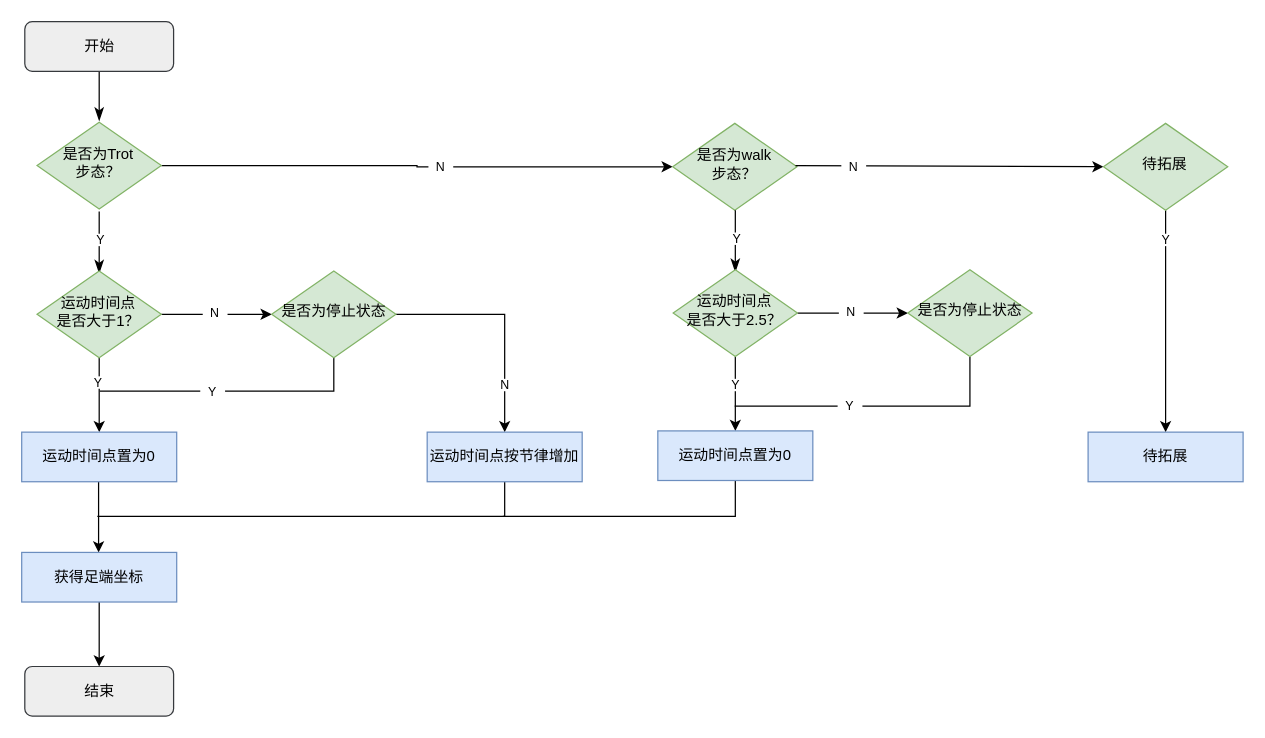
This is 步态切换器.drawio from KAZAMA-DREAM/picture, a draw.io file, before an edit. Source tidied: cells renumbered, new cells numbered last; positions are measured from the earlier drawing's top-left corner, leaving out a move shared by most shapes. Both pictures are drawn from the tidied source at 124%, with x=0, y=0 at pixel (21, 21).
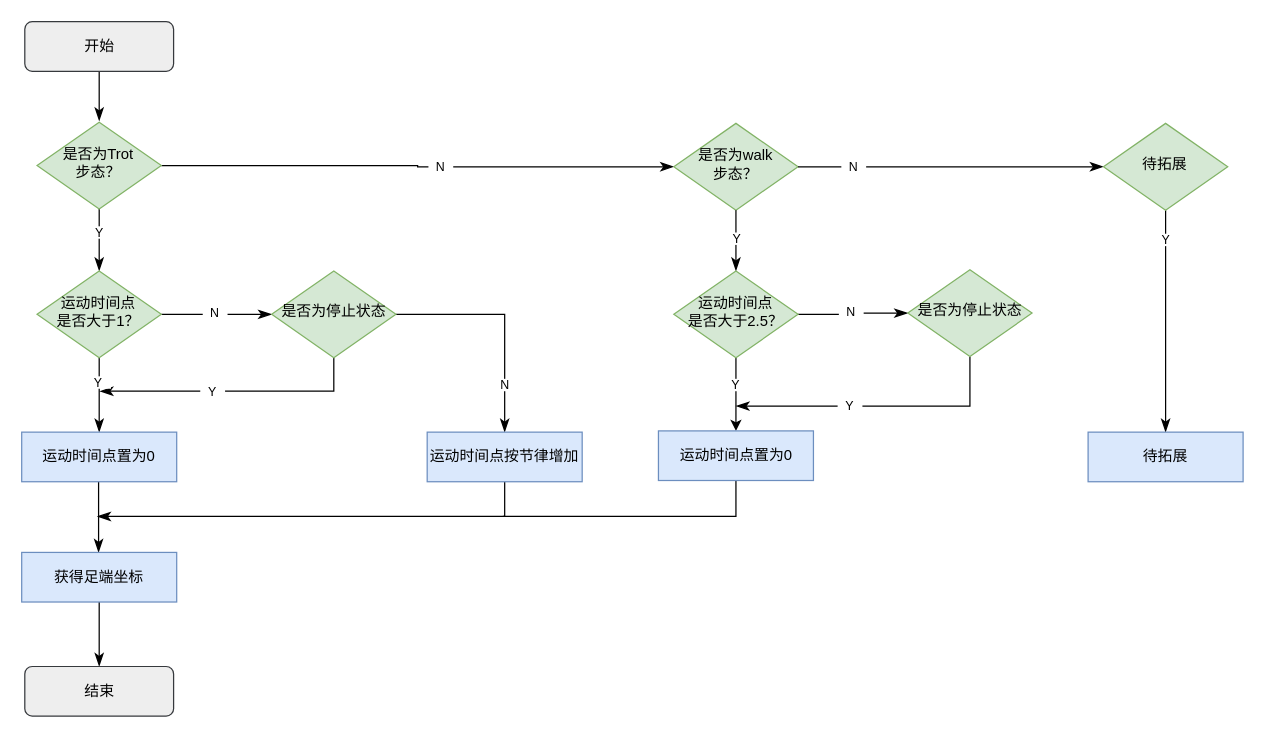
After the change.

Commit message:
更新步态切换器.drawio

Unchanged cells that the change refers to:
```xml
<mxCell id="6" value="&lt;font style=&quot;font-size: 12px;&quot;&gt;是否为Trot&lt;br&gt;步态？&lt;/font&gt;" style="rhombus;whiteSpace=wrap;html=1;shadow=0;fontFamily=Helvetica;fontSize=12;align=center;strokeWidth=1;spacing=6;spacingTop=-4;fillColor=#d5e8d4;strokeColor=#82b366;" parent="1" vertex="1">
  <mxGeometry x="12.4" y="81" width="100.2" height="70" as="geometry" />
</mxCell>
<mxCell id="13" value="待拓展" style="rhombus;whiteSpace=wrap;html=1;shadow=0;fontFamily=Helvetica;fontSize=12;align=center;strokeWidth=1;spacing=6;spacingTop=-4;fillColor=#d5e8d4;strokeColor=#82b366;" parent="1" vertex="1">
  <mxGeometry x="872.4" y="82" width="100.2" height="70" as="geometry" />
</mxCell>
<mxCell id="14" value="待拓展" style="rounded=0;whiteSpace=wrap;html=1;fillColor=#dae8fc;strokeColor=#6c8ebf;" parent="1" vertex="1">
  <mxGeometry x="860" y="331" width="125" height="40" as="geometry" />
</mxCell>
<mxCell id="17" value="&lt;font style=&quot;font-size: 12px;&quot;&gt;运动时间点&lt;br&gt;是否大于1？&lt;/font&gt;" style="rhombus;whiteSpace=wrap;html=1;shadow=0;fontFamily=Helvetica;fontSize=12;align=center;strokeWidth=1;spacing=6;spacingTop=-4;fillColor=#d5e8d4;strokeColor=#82b366;" parent="1" vertex="1">
  <mxGeometry x="12.4" y="201" width="100.2" height="70" as="geometry" />
</mxCell>
<mxCell id="19" value="运动时间点置为0" style="rounded=0;whiteSpace=wrap;html=1;fillColor=#dae8fc;strokeColor=#6c8ebf;" parent="1" vertex="1">
  <mxGeometry y="331" width="125" height="40" as="geometry" />
</mxCell>
<mxCell id="22" value="是否为停止状态" style="rhombus;whiteSpace=wrap;html=1;shadow=0;fontFamily=Helvetica;fontSize=12;align=center;strokeWidth=1;spacing=6;spacingTop=-4;fillColor=#d5e8d4;strokeColor=#82b366;" parent="1" vertex="1">
  <mxGeometry x="201.6" y="201" width="100.2" height="70" as="geometry" />
</mxCell>
<mxCell id="27" value="运动时间点按节律增加" style="rounded=0;whiteSpace=wrap;html=1;fillColor=#dae8fc;strokeColor=#6c8ebf;" parent="1" vertex="1">
  <mxGeometry x="327" y="331" width="125" height="40" as="geometry" />
</mxCell>
<mxCell id="29" value="获得足端坐标" style="rounded=0;whiteSpace=wrap;html=1;fillColor=#dae8fc;strokeColor=#6c8ebf;" parent="1" vertex="1">
  <mxGeometry y="428" width="125" height="40" as="geometry" />
</mxCell>
<mxCell id="30" value="结束" style="rounded=1;whiteSpace=wrap;html=1;fontSize=12;glass=0;strokeWidth=1;shadow=0;fillColor=#eeeeee;strokeColor=#36393d;" parent="1" vertex="1">
  <mxGeometry x="2.5" y="520" width="120" height="40" as="geometry" />
</mxCell>
<mxCell id="41" value="是否为停止状态" style="rhombus;whiteSpace=wrap;html=1;shadow=0;fontFamily=Helvetica;fontSize=12;align=center;strokeWidth=1;spacing=6;spacingTop=-4;fillColor=#d5e8d4;strokeColor=#82b366;" parent="1" vertex="1">
  <mxGeometry x="714.6" y="200" width="100.2" height="70" as="geometry" />
</mxCell>
```

What changed in the source:
```diff
@@
-    <mxCell id="4" style="rounded=0;html=1;jettySize=auto;orthogonalLoop=1;fontSize=11;endArrow=classicThin;endFill=1;endSize=8;strokeWidth=1;shadow=0;labelBackgroundColor=none;edgeStyle=orthogonalEdgeStyle;exitX=0.5;exitY=1;exitDx=0;exitDy=0;" parent="1" edge="1">
-      <mxGeometry relative="1" as="geometry">
-        <mxPoint x="62.5" y="153" as="sourcePoint" />
-        <mxPoint x="62.5" y="203" as="targetPoint" />
-      </mxGeometry>
+    <mxCell id="4" style="rounded=0;html=1;jettySize=auto;fontSize=11;endArrow=classicThin;endFill=1;endSize=8;strokeWidth=1;shadow=0;labelBackgroundColor=none;edgeStyle=orthogonalEdgeStyle;exitX=0.5;exitY=1;exitDx=0;exitDy=0;entryX=0.5;entryY=0;entryDx=0;entryDy=0;" parent="1" edge="1" source="6" target="17">
+      <mxGeometry relative="1" as="geometry" />
     </mxCell>
-    <mxCell id="5" style="edgeStyle=orthogonalEdgeStyle;rounded=0;jettySize=auto;html=1;entryX=0;entryY=0.5;entryDx=0;entryDy=0;" parent="1" edge="1" source="6" target="9">
+    <mxCell id="5" style="edgeStyle=orthogonalEdgeStyle;rounded=0;jettySize=auto;html=1;entryX=0;entryY=0.5;entryDx=0;entryDy=0;endArrow=classicThin;endFill=1;endSize=8;" parent="1" edge="1" source="6" target="9">
       <mxGeometry relative="1" as="geometry" />
     </mxCell>
@@
     <mxCell id="8" value="&lt;font style=&quot;font-size: 10px;&quot;&gt;Y&lt;/font&gt;" style="text;html=1;strokeColor=none;fillColor=default;align=center;verticalAlign=middle;whiteSpace=wrap;rounded=0;" parent="1" vertex="1">
-      <mxGeometry x="54" y="171" width="20" height="10" as="geometry" />
+      <mxGeometry x="53" y="165" width="20" height="10" as="geometry" />
     </mxCell>
     <mxCell id="9" value="&lt;font style=&quot;font-size: 12px;&quot;&gt;是否为walk&lt;br&gt;步态？&lt;/font&gt;" style="rhombus;whiteSpace=wrap;html=1;shadow=0;fontFamily=Helvetica;fontSize=12;align=center;strokeWidth=1;spacing=6;spacingTop=-4;fillColor=#d5e8d4;strokeColor=#82b366;" parent="1" vertex="1">
-      <mxGeometry x="525" y="82" width="100.2" height="70" as="geometry" />
+      <mxGeometry x="525.9" y="82" width="100.2" height="70" as="geometry" />
     </mxCell>
-    <mxCell id="10" style="edgeStyle=orthogonalEdgeStyle;rounded=0;jettySize=auto;html=1;entryX=0;entryY=0.5;entryDx=0;entryDy=0;" parent="1" edge="1" target="13">
-      <mxGeometry relative="1" as="geometry">
-        <mxPoint x="624" y="116" as="sourcePoint" />
-      </mxGeometry>
+    <mxCell id="10" style="edgeStyle=orthogonalEdgeStyle;rounded=0;jettySize=auto;html=1;entryX=0;entryY=0.5;entryDx=0;entryDy=0;exitX=1;exitY=0.5;exitDx=0;exitDy=0;endSize=8;endArrow=classicThin;endFill=1;" parent="1" edge="1" source="9" target="13">
+      <mxGeometry relative="1" as="geometry" />
     </mxCell>
@@
-    <mxCell id="12" style="edgeStyle=orthogonalEdgeStyle;rounded=0;jettySize=auto;html=1;" parent="1" edge="1" source="13" target="14">
+    <mxCell id="12" style="edgeStyle=orthogonalEdgeStyle;rounded=0;jettySize=auto;html=1;endSize=8;endArrow=classicThin;endFill=1;" parent="1" edge="1" source="13" target="14">
       <mxGeometry relative="1" as="geometry" />
     </mxCell>
@@
-    <mxCell id="15" style="edgeStyle=orthogonalEdgeStyle;rounded=0;jettySize=auto;html=1;" parent="1" edge="1" source="17" target="19">
+    <mxCell id="15" style="edgeStyle=orthogonalEdgeStyle;rounded=0;jettySize=auto;html=1;endArrow=classicThin;endFill=1;endSize=8;" parent="1" edge="1" source="17" target="19">
       <mxGeometry relative="1" as="geometry" />
     </mxCell>
-    <mxCell id="16" style="edgeStyle=orthogonalEdgeStyle;rounded=0;jettySize=auto;html=1;" parent="1" edge="1" source="17" target="22">
+    <mxCell id="16" style="edgeStyle=orthogonalEdgeStyle;rounded=0;jettySize=auto;html=1;endArrow=classicThin;endFill=1;endSize=8;" parent="1" edge="1" source="17" target="22">
       <mxGeometry relative="1" as="geometry" />
     </mxCell>
@@
-    <mxCell id="18" style="edgeStyle=orthogonalEdgeStyle;rounded=0;jettySize=auto;html=1;" parent="1" edge="1" source="19">
+    <mxCell id="18" style="edgeStyle=orthogonalEdgeStyle;rounded=0;jettySize=auto;html=1;endSize=8;endArrow=classicThin;endFill=1;" parent="1" edge="1" source="19">
       <mxGeometry relative="1" as="geometry">
         <mxPoint x="62" y="428" as="targetPoint" />
       </mxGeometry>
     </mxCell>
@@
-    <mxCell id="20" style="edgeStyle=orthogonalEdgeStyle;rounded=0;jettySize=auto;html=1;endArrow=none;endFill=0;" parent="1" edge="1" source="22">
+    <mxCell id="20" style="edgeStyle=orthogonalEdgeStyle;rounded=0;jettySize=auto;html=1;endArrow=classicThin;endFill=1;endSize=8;" parent="1" edge="1" source="22">
       <mxGeometry relative="1" as="geometry">
         <mxPoint x="63" y="298" as="targetPoint" />
         <Array as="points">
           <mxPoint x="252" y="298" />
           <mxPoint x="64" y="298" />
         </Array>
       </mxGeometry>
     </mxCell>
-    <mxCell id="21" style="edgeStyle=orthogonalEdgeStyle;rounded=0;jettySize=auto;html=1;entryX=0.5;entryY=0;entryDx=0;entryDy=0;" parent="1" edge="1" source="22" target="27">
+    <mxCell id="21" style="edgeStyle=orthogonalEdgeStyle;rounded=0;jettySize=auto;html=1;entryX=0.5;entryY=0;entryDx=0;entryDy=0;endSize=8;endArrow=classicThin;endFill=1;" parent="1" edge="1" source="22" target="27">
       <mxGeometry relative="1" as="geometry" />
     </mxCell>
@@
-    <mxCell id="26" style="edgeStyle=orthogonalEdgeStyle;rounded=0;jettySize=auto;html=1;exitX=0.5;exitY=1;exitDx=0;exitDy=0;endArrow=none;endFill=0;" parent="1" edge="1" source="27">
+    <mxCell id="26" style="edgeStyle=orthogonalEdgeStyle;rounded=0;jettySize=auto;html=1;exitX=0.5;exitY=1;exitDx=0;exitDy=0;endArrow=classicThin;endFill=1;endSize=8;" parent="1" edge="1" source="27">
       <mxGeometry relative="1" as="geometry">
         <mxPoint x="61" y="399" as="targetPoint" />
         <Array as="points">
           <mxPoint x="389" y="399" />
         </Array>
       </mxGeometry>
     </mxCell>
@@
-    <mxCell id="28" style="edgeStyle=orthogonalEdgeStyle;rounded=0;jettySize=auto;html=1;" parent="1" edge="1" source="29" target="30">
+    <mxCell id="28" style="edgeStyle=orthogonalEdgeStyle;rounded=0;jettySize=auto;html=1;endSize=8;endArrow=classicThin;endFill=1;" parent="1" edge="1" source="29" target="30">
       <mxGeometry relative="1" as="geometry" />
     </mxCell>
@@
-    <mxCell id="31" style="rounded=0;html=1;jettySize=auto;orthogonalLoop=1;fontSize=11;endArrow=classicThin;endFill=1;endSize=8;strokeWidth=1;shadow=0;labelBackgroundColor=none;edgeStyle=orthogonalEdgeStyle;exitX=0.5;exitY=1;exitDx=0;exitDy=0;" parent="1" edge="1">
-      <mxGeometry relative="1" as="geometry">
-        <mxPoint x="575.5" y="152" as="sourcePoint" />
-        <mxPoint x="575.5" y="202" as="targetPoint" />
-      </mxGeometry>
+    <mxCell id="31" style="rounded=0;html=1;jettySize=auto;fontSize=11;endArrow=classicThin;endFill=1;endSize=8;strokeWidth=1;shadow=0;labelBackgroundColor=none;edgeStyle=orthogonalEdgeStyle;exitX=0.5;exitY=1;exitDx=0;exitDy=0;entryX=0.5;entryY=0;entryDx=0;entryDy=0;" parent="1" edge="1" source="9" target="36">
+      <mxGeometry relative="1" as="geometry" />
     </mxCell>
@@
-    <mxCell id="35" style="edgeStyle=orthogonalEdgeStyle;rounded=0;jettySize=auto;html=1;" parent="1" edge="1" source="36" target="41">
+    <mxCell id="35" style="edgeStyle=orthogonalEdgeStyle;rounded=0;jettySize=auto;html=1;endArrow=classicThin;endFill=1;endSize=8;" parent="1" edge="1" source="36" target="41">
       <mxGeometry relative="1" as="geometry" />
     </mxCell>
     <mxCell id="36" value="&lt;font style=&quot;font-size: 12px;&quot;&gt;运动时间点&lt;br&gt;是否大于2.5？&lt;/font&gt;" style="rhombus;whiteSpace=wrap;html=1;shadow=0;fontFamily=Helvetica;fontSize=12;align=center;strokeWidth=1;spacing=6;spacingTop=-4;fillColor=#d5e8d4;strokeColor=#82b366;" parent="1" vertex="1">
-      <mxGeometry x="525.4" y="200" width="100.2" height="70" as="geometry" />
+      <mxGeometry x="525.9" y="201" width="100.2" height="70" as="geometry" />
     </mxCell>
@@
     <mxCell id="38" value="运动时间点置为0" style="rounded=0;whiteSpace=wrap;html=1;fillColor=#dae8fc;strokeColor=#6c8ebf;" parent="1" vertex="1">
-      <mxGeometry x="513" y="330" width="125" height="40" as="geometry" />
+      <mxGeometry x="513.5" y="330" width="125" height="40" as="geometry" />
     </mxCell>
@@
-    <mxCell id="40" style="edgeStyle=orthogonalEdgeStyle;rounded=0;jettySize=auto;html=1;endArrow=none;endFill=0;" parent="1" edge="1" source="41">
+    <mxCell id="40" style="edgeStyle=orthogonalEdgeStyle;rounded=0;jettySize=auto;html=1;endArrow=classicThin;endFill=1;endSize=8;" parent="1" edge="1" source="41">
       <mxGeometry relative="1" as="geometry">
-        <mxPoint x="575" y="310" as="targetPoint" />
+        <mxPoint x="576" y="310" as="targetPoint" />
         <Array as="points">
           <mxPoint x="765" y="310" />
         </Array>
       </mxGeometry>
     </mxCell>
```
